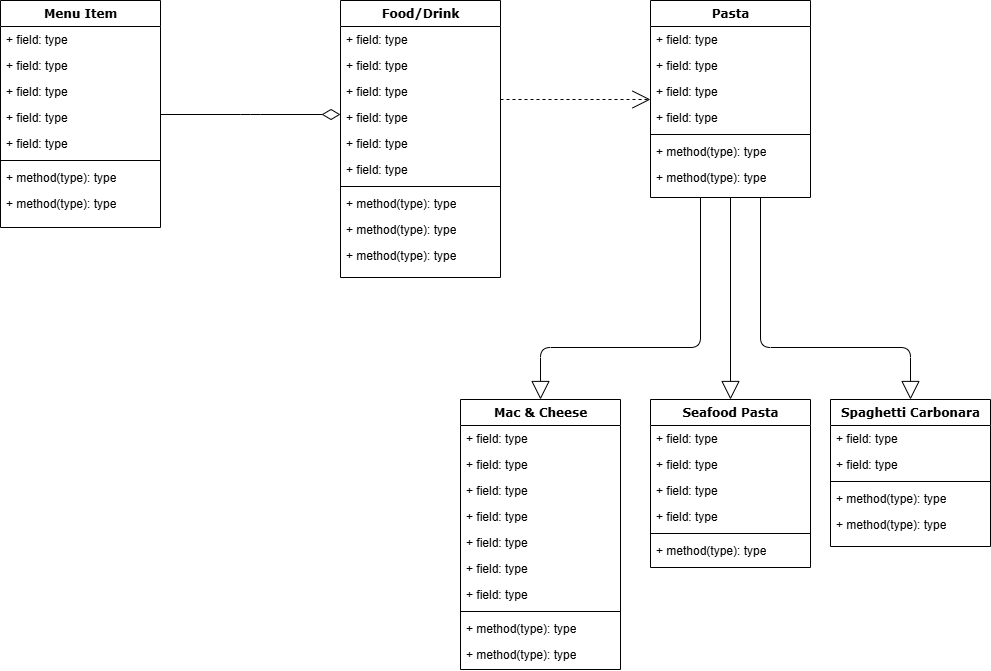
Above: UML.png in SohamA12345/Project (draw.io), before the change. Source tidied: cells renumbered, new cells last; positions are measured from the earlier drawing's top-left corner, leaving out a move shared by most shapes.
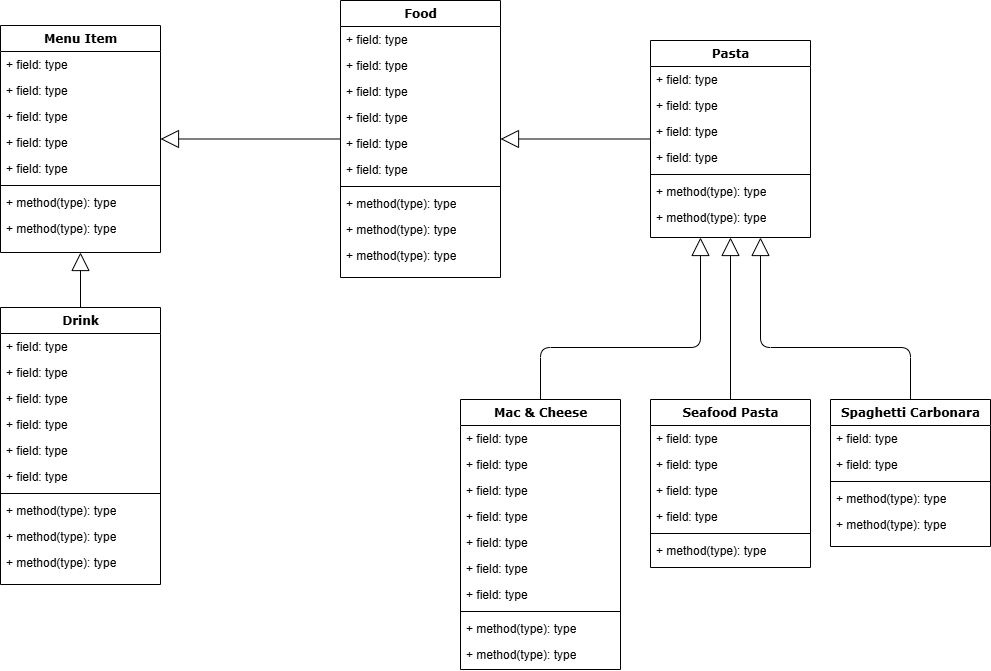
Above is the later version.

Commit message:
Holiday meeting 1 started

What changed in the source:
```diff
@@ -3,7 +3,7 @@
     <mxCell id="0" />
     <mxCell id="1" parent="0" />
     <mxCell id="2" value="&lt;div&gt;Menu Item&lt;br&gt;&lt;/div&gt;" style="swimlane;html=1;fontStyle=1;align=center;verticalAlign=top;horizontal=1;startSize=26;swimlaneFillColor=#ffffff;rounded=0;shadow=0;comic=0;labelBackgroundColor=none;strokeWidth=1;fillColor=none;fontFamily=Verdana;fontSize=12;" parent="1" vertex="1">
-      <mxGeometry width="160" height="227" as="geometry" />
+      <mxGeometry y="25" width="160" height="227" as="geometry" />
     </mxCell>
     <mxCell id="3" value="+ field: type" style="text;html=1;strokeColor=none;fillColor=none;align=left;verticalAlign=top;spacingLeft=4;spacingRight=4;whiteSpace=wrap;overflow=hidden;" parent="2" vertex="1">
       <mxGeometry y="26" width="160" height="26" as="geometry" />
@@ -29,10 +29,10 @@
     <mxCell id="10" value="+ method(type): type" style="text;html=1;strokeColor=none;fillColor=none;align=left;verticalAlign=top;spacingLeft=4;spacingRight=4;whiteSpace=wrap;overflow=hidden;" parent="2" vertex="1">
       <mxGeometry y="190" width="160" height="26" as="geometry" />
     </mxCell>
-    <mxCell id="11" style="edgeStyle=elbowEdgeStyle;html=1;labelBackgroundColor=none;startFill=0;startSize=8;endArrow=open;endFill=0;endSize=16;fontFamily=Verdana;fontSize=12;elbow=vertical;dashed=1;" parent="1" edge="1" source="12" target="23">
+    <mxCell id="11" style="edgeStyle=orthogonalEdgeStyle;html=1;labelBackgroundColor=none;startFill=0;startSize=8;endArrow=block;endFill=0;endSize=16;fontFamily=Verdana;fontSize=12;elbow=vertical;rounded=1;strokeColor=default;align=center;verticalAlign=middle;fontColor=default;" parent="1" edge="1" source="23" target="12">
       <mxGeometry relative="1" as="geometry" />
     </mxCell>
-    <mxCell id="12" value="Food/Drink" style="swimlane;html=1;fontStyle=1;align=center;verticalAlign=top;horizontal=1;startSize=26;swimlaneFillColor=#ffffff;rounded=0;shadow=0;comic=0;labelBackgroundColor=none;strokeWidth=1;fillColor=none;fontFamily=Verdana;fontSize=12;" parent="1" vertex="1">
+    <mxCell id="12" value="Food" style="swimlane;html=1;fontStyle=1;align=center;verticalAlign=top;horizontal=1;startSize=26;swimlaneFillColor=#ffffff;rounded=0;shadow=0;comic=0;labelBackgroundColor=none;strokeWidth=1;fillColor=none;fontFamily=Verdana;fontSize=12;" parent="1" vertex="1">
       <mxGeometry x="340" width="160" height="277" as="geometry" />
     </mxCell>
     <mxCell id="13" value="+ field: type" style="text;html=1;strokeColor=none;fillColor=none;align=left;verticalAlign=top;spacingLeft=4;spacingRight=4;whiteSpace=wrap;overflow=hidden;" parent="12" vertex="1">
@@ -66,7 +66,7 @@
       <mxGeometry y="242" width="160" height="26" as="geometry" />
     </mxCell>
     <mxCell id="23" value="Pasta" style="swimlane;html=1;fontStyle=1;align=center;verticalAlign=top;horizontal=1;startSize=26;swimlaneFillColor=#ffffff;rounded=0;shadow=0;comic=0;labelBackgroundColor=none;strokeWidth=1;fillColor=none;fontFamily=Verdana;fontSize=12;" parent="1" vertex="1">
-      <mxGeometry x="650" width="160" height="197" as="geometry" />
+      <mxGeometry x="650" y="40" width="160" height="197" as="geometry" />
     </mxCell>
     <mxCell id="24" value="+ field: type" style="text;html=1;strokeColor=none;fillColor=none;align=left;verticalAlign=top;spacingLeft=4;spacingRight=4;whiteSpace=wrap;overflow=hidden;" parent="23" vertex="1">
       <mxGeometry y="26" width="160" height="26" as="geometry" />
@@ -89,11 +89,11 @@
     <mxCell id="30" value="+ method(type): type" style="text;html=1;strokeColor=none;fillColor=none;align=left;verticalAlign=top;spacingLeft=4;spacingRight=4;whiteSpace=wrap;overflow=hidden;" parent="23" vertex="1">
       <mxGeometry y="164" width="160" height="26" as="geometry" />
     </mxCell>
-    <mxCell id="31" style="edgeStyle=orthogonalEdgeStyle;html=1;labelBackgroundColor=none;startFill=0;startSize=8;endArrow=block;endFill=0;endSize=16;fontFamily=Verdana;fontSize=12;" parent="1" edge="1" source="23" target="32">
+    <mxCell id="31" style="edgeStyle=orthogonalEdgeStyle;html=1;labelBackgroundColor=none;startFill=0;startSize=8;endArrow=block;endFill=0;endSize=16;fontFamily=Verdana;fontSize=12;" parent="1" edge="1" source="32" target="23">
       <mxGeometry relative="1" as="geometry">
         <Array as="points">
+          <mxPoint x="540" y="347" />
           <mxPoint x="700" y="347" />
-          <mxPoint x="540" y="347" />
         </Array>
       </mxGeometry>
     </mxCell>
@@ -130,7 +130,7 @@
     <mxCell id="42" value="+ method(type): type" style="text;html=1;strokeColor=none;fillColor=none;align=left;verticalAlign=top;spacingLeft=4;spacingRight=4;whiteSpace=wrap;overflow=hidden;" parent="32" vertex="1">
       <mxGeometry y="242" width="160" height="26" as="geometry" />
     </mxCell>
-    <mxCell id="43" style="edgeStyle=orthogonalEdgeStyle;html=1;labelBackgroundColor=none;startFill=0;startSize=8;endArrow=block;endFill=0;endSize=16;fontFamily=Verdana;fontSize=12;" parent="1" edge="1" source="23" target="44">
+    <mxCell id="43" style="edgeStyle=orthogonalEdgeStyle;html=1;labelBackgroundColor=none;startFill=0;startSize=8;endArrow=block;endFill=0;endSize=16;fontFamily=Verdana;fontSize=12;" parent="1" edge="1" source="44" target="23">
       <mxGeometry relative="1" as="geometry" />
     </mxCell>
     <mxCell id="44" value="Seafood Pasta" style="swimlane;html=1;fontStyle=1;align=center;verticalAlign=top;horizontal=1;startSize=26;swimlaneFillColor=#ffffff;rounded=0;shadow=0;comic=0;labelBackgroundColor=none;strokeWidth=1;fillColor=none;fontFamily=Verdana;fontSize=12;" parent="1" vertex="1">
@@ -154,11 +154,11 @@
     <mxCell id="50" value="+ method(type): type" style="text;html=1;strokeColor=none;fillColor=none;align=left;verticalAlign=top;spacingLeft=4;spacingRight=4;whiteSpace=wrap;overflow=hidden;" parent="44" vertex="1">
       <mxGeometry y="138" width="160" height="26" as="geometry" />
     </mxCell>
-    <mxCell id="51" style="edgeStyle=orthogonalEdgeStyle;html=1;labelBackgroundColor=none;startFill=0;startSize=8;endArrow=block;endFill=0;endSize=16;fontFamily=Verdana;fontSize=12;" parent="1" edge="1" source="23" target="52">
+    <mxCell id="51" style="edgeStyle=orthogonalEdgeStyle;html=1;labelBackgroundColor=none;startFill=0;startSize=8;endArrow=block;endFill=0;endSize=16;fontFamily=Verdana;fontSize=12;" parent="1" edge="1" source="52" target="23">
       <mxGeometry relative="1" as="geometry">
         <Array as="points">
+          <mxPoint x="910" y="347" />
           <mxPoint x="760" y="347" />
-          <mxPoint x="910" y="347" />
         </Array>
       </mxGeometry>
     </mxCell>
@@ -180,8 +180,44 @@
     <mxCell id="57" value="+ method(type): type" style="text;html=1;strokeColor=none;fillColor=none;align=left;verticalAlign=top;spacingLeft=4;spacingRight=4;whiteSpace=wrap;overflow=hidden;" parent="52" vertex="1">
       <mxGeometry y="112" width="160" height="26" as="geometry" />
     </mxCell>
-    <mxCell id="58" style="edgeStyle=elbowEdgeStyle;html=1;labelBackgroundColor=none;startFill=0;startSize=8;endArrow=diamondThin;endFill=0;endSize=16;fontFamily=Verdana;fontSize=12;elbow=vertical;" parent="1" edge="1" source="2" target="12">
+    <mxCell id="58" style="edgeStyle=orthogonalEdgeStyle;html=1;labelBackgroundColor=none;startFill=0;startSize=8;endArrow=block;endFill=0;endSize=16;fontFamily=Verdana;fontSize=12;elbow=vertical;rounded=1;strokeColor=default;align=center;verticalAlign=middle;fontColor=default;" parent="1" edge="1" source="12" target="2">
       <mxGeometry relative="1" as="geometry" />
     </mxCell>
+    <mxCell id="59" style="edgeStyle=orthogonalEdgeStyle;rounded=1;jettySize=auto;html=1;entryX=0.5;entryY=1;entryDx=0;entryDy=0;strokeColor=default;align=center;verticalAlign=middle;fontFamily=Verdana;fontSize=12;fontColor=default;labelBackgroundColor=none;startFill=0;startSize=8;endArrow=block;endFill=0;endSize=16;" parent="1" edge="1" source="60" target="2">
+      <mxGeometry relative="1" as="geometry" />
+    </mxCell>
+    <mxCell id="60" value="Drink" style="swimlane;html=1;fontStyle=1;align=center;verticalAlign=top;horizontal=1;startSize=26;swimlaneFillColor=#ffffff;rounded=0;shadow=0;comic=0;labelBackgroundColor=none;strokeWidth=1;fillColor=none;fontFamily=Verdana;fontSize=12;" parent="1" vertex="1">
+      <mxGeometry y="307" width="160" height="277" as="geometry" />
+    </mxCell>
+    <mxCell id="61" value="+ field: type" style="text;html=1;strokeColor=none;fillColor=none;align=left;verticalAlign=top;spacingLeft=4;spacingRight=4;whiteSpace=wrap;overflow=hidden;" parent="60" vertex="1">
+      <mxGeometry y="26" width="160" height="26" as="geometry" />
+    </mxCell>
+    <mxCell id="62" value="+ field: type" style="text;html=1;strokeColor=none;fillColor=none;align=left;verticalAlign=top;spacingLeft=4;spacingRight=4;whiteSpace=wrap;overflow=hidden;" parent="60" vertex="1">
+      <mxGeometry y="52" width="160" height="26" as="geometry" />
+    </mxCell>
+    <mxCell id="63" value="+ field: type" style="text;html=1;strokeColor=none;fillColor=none;align=left;verticalAlign=top;spacingLeft=4;spacingRight=4;whiteSpace=wrap;overflow=hidden;" parent="60" vertex="1">
+      <mxGeometry y="78" width="160" height="26" as="geometry" />
+    </mxCell>
+    <mxCell id="64" value="+ field: type" style="text;html=1;strokeColor=none;fillColor=none;align=left;verticalAlign=top;spacingLeft=4;spacingRight=4;whiteSpace=wrap;overflow=hidden;" parent="60" vertex="1">
+      <mxGeometry y="104" width="160" height="26" as="geometry" />
+    </mxCell>
+    <mxCell id="65" value="+ field: type" style="text;html=1;strokeColor=none;fillColor=none;align=left;verticalAlign=top;spacingLeft=4;spacingRight=4;whiteSpace=wrap;overflow=hidden;" parent="60" vertex="1">
+      <mxGeometry y="130" width="160" height="26" as="geometry" />
+    </mxCell>
+    <mxCell id="66" value="+ field: type" style="text;html=1;strokeColor=none;fillColor=none;align=left;verticalAlign=top;spacingLeft=4;spacingRight=4;whiteSpace=wrap;overflow=hidden;" parent="60" vertex="1">
+      <mxGeometry y="156" width="160" height="26" as="geometry" />
+    </mxCell>
+    <mxCell id="67" style="line;html=1;strokeWidth=1;fillColor=none;align=left;verticalAlign=middle;spacingTop=-1;spacingLeft=3;spacingRight=3;labelPosition=right;" parent="60" vertex="1">
+      <mxGeometry y="182" width="160" height="8" as="geometry" />
+    </mxCell>
+    <mxCell id="68" value="+ method(type): type" style="text;html=1;strokeColor=none;fillColor=none;align=left;verticalAlign=top;spacingLeft=4;spacingRight=4;whiteSpace=wrap;overflow=hidden;" parent="60" vertex="1">
+      <mxGeometry y="190" width="160" height="26" as="geometry" />
+    </mxCell>
+    <mxCell id="69" value="+ method(type): type" style="text;html=1;strokeColor=none;fillColor=none;align=left;verticalAlign=top;spacingLeft=4;spacingRight=4;whiteSpace=wrap;overflow=hidden;" parent="60" vertex="1">
+      <mxGeometry y="216" width="160" height="26" as="geometry" />
+    </mxCell>
+    <mxCell id="70" value="+ method(type): type" style="text;html=1;strokeColor=none;fillColor=none;align=left;verticalAlign=top;spacingLeft=4;spacingRight=4;whiteSpace=wrap;overflow=hidden;" parent="60" vertex="1">
+      <mxGeometry y="242" width="160" height="26" as="geometry" />
+    </mxCell>
   </root>
 </mxGraphModel>
```
